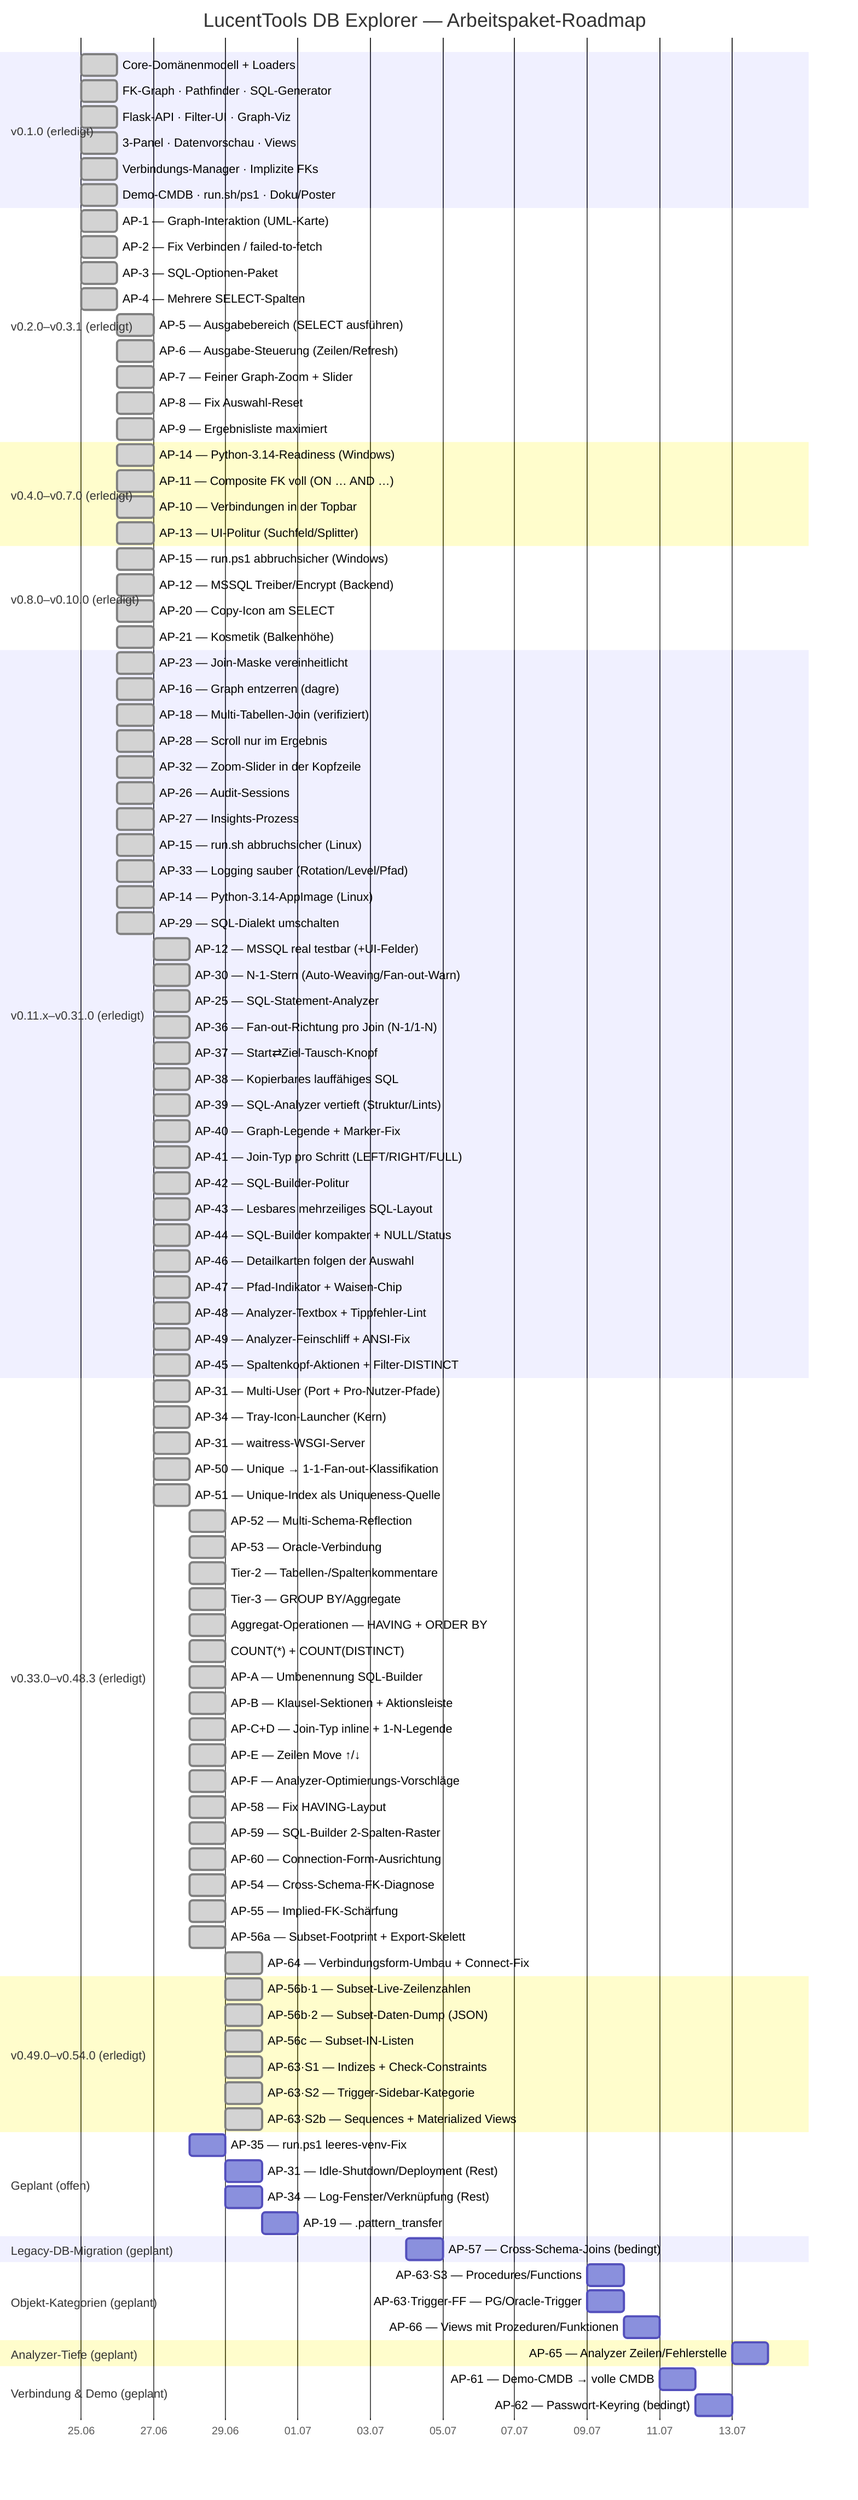
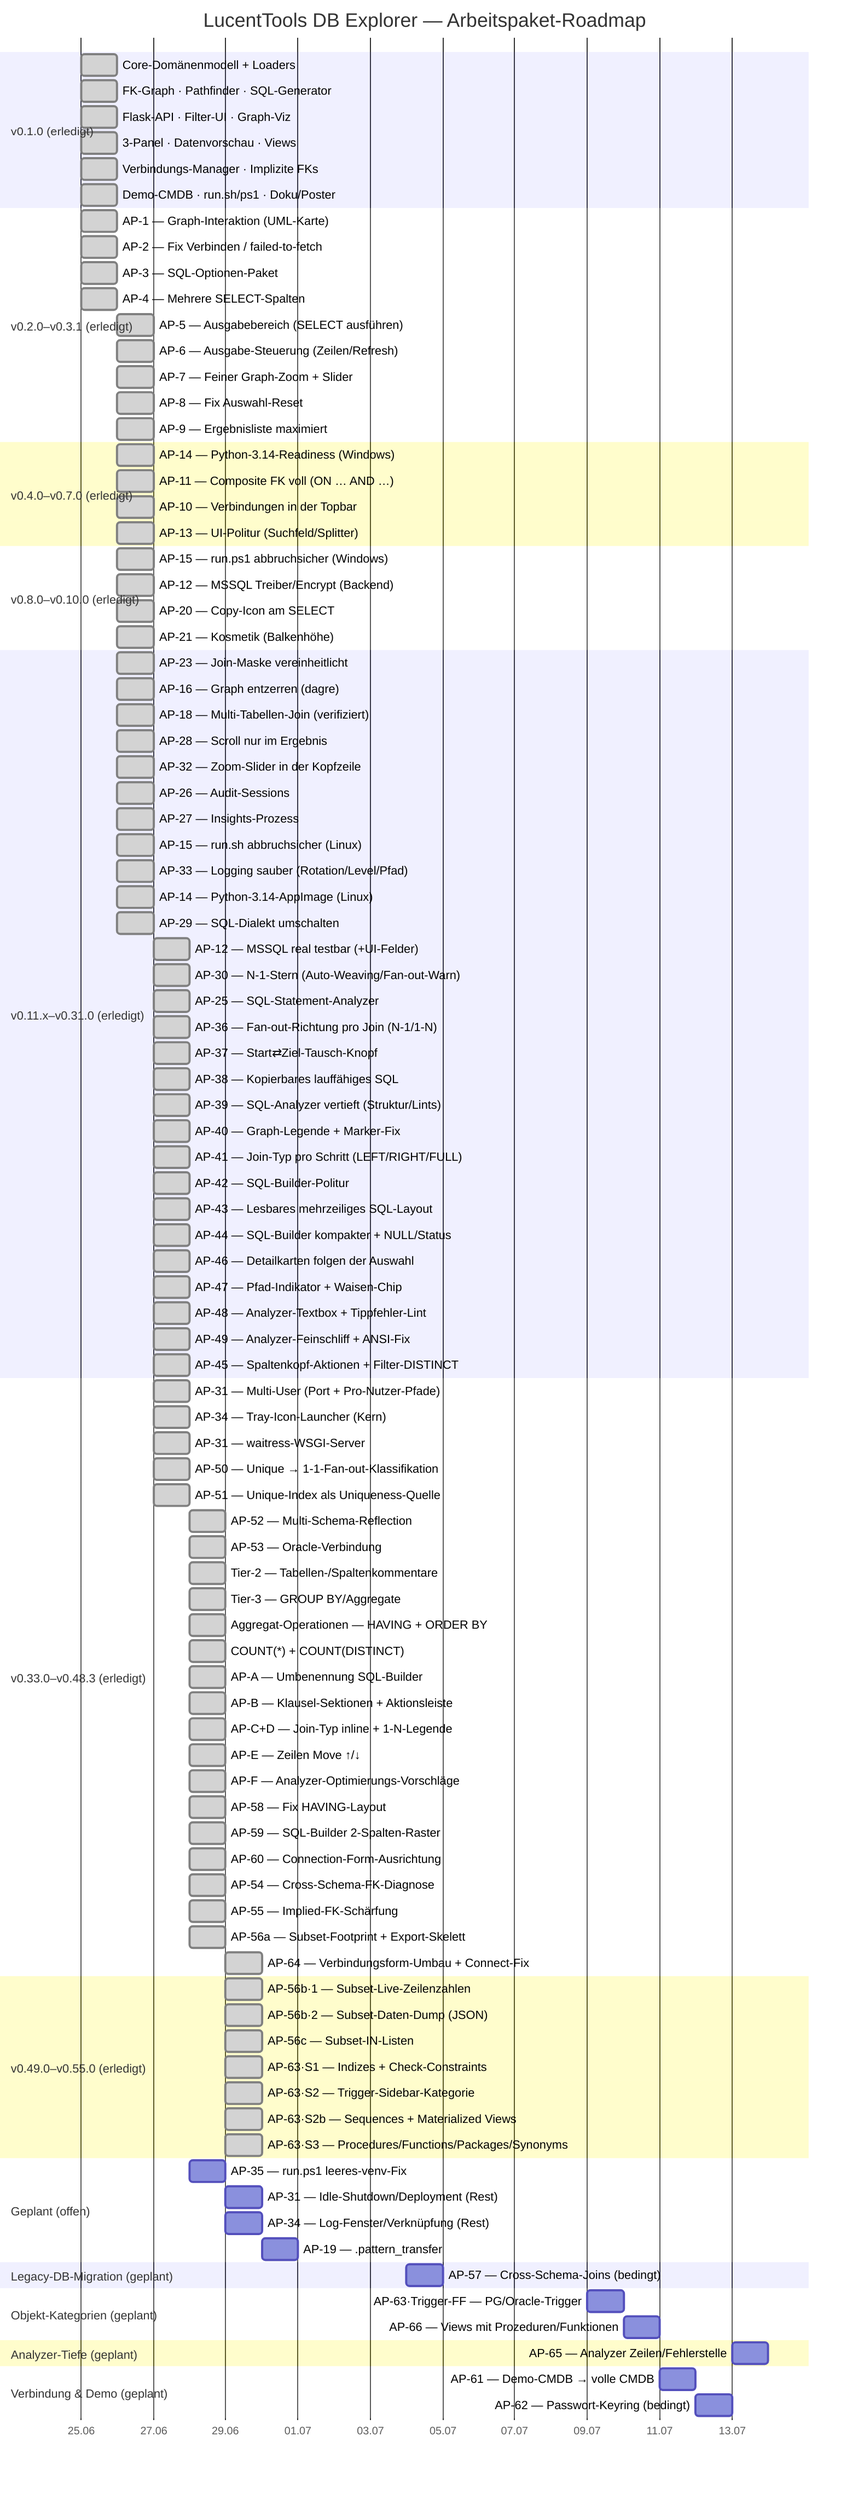
gantt
    title LucentTools DB Explorer — Arbeitspaket-Roadmap
    dateFormat  YYYY-MM-DD
    axisFormat  %d.%m

    section v0.1.0 (erledigt)
    Core-Domänenmodell + Loaders          :done, d1, 2026-06-25, 1d
    FK-Graph · Pathfinder · SQL-Generator :done, d2, 2026-06-25, 1d
    Flask-API · Filter-UI · Graph-Viz     :done, d3, 2026-06-25, 1d
    3-Panel · Datenvorschau · Views       :done, d4, 2026-06-25, 1d
    Verbindungs-Manager · Implizite FKs   :done, d5, 2026-06-25, 1d
    Demo-CMDB · run.sh/ps1 · Doku/Poster  :done, d6, 2026-06-25, 1d

    section v0.2.0–v0.3.1 (erledigt)
    AP-1 — Graph-Interaktion (UML-Karte)        :done, a1, 2026-06-25, 1d
    AP-2 — Fix Verbinden / failed-to-fetch      :done, a2, 2026-06-25, 1d
    AP-3 — SQL-Optionen-Paket                   :done, a3, 2026-06-25, 1d
    AP-4 — Mehrere SELECT-Spalten               :done, a4, 2026-06-25, 1d
    AP-5 — Ausgabebereich (SELECT ausführen)    :done, a5, 2026-06-26, 1d
    AP-6 — Ausgabe-Steuerung (Zeilen/Refresh)   :done, a6, 2026-06-26, 1d
    AP-7 — Feiner Graph-Zoom + Slider           :done, a7, 2026-06-26, 1d
    AP-8 — Fix Auswahl-Reset                    :done, a8, 2026-06-26, 1d
    AP-9 — Ergebnisliste maximiert              :done, a9, 2026-06-26, 1d

    section v0.4.0–v0.7.0 (erledigt)
    AP-14 — Python-3.14-Readiness (Windows)     :done, b1, 2026-06-26, 1d
    AP-11 — Composite FK voll (ON … AND …)      :done, b2, 2026-06-26, 1d
    AP-10 — Verbindungen in der Topbar          :done, b3, 2026-06-26, 1d
    AP-13 — UI-Politur (Suchfeld/Splitter)      :done, b4, 2026-06-26, 1d

    section v0.8.0–v0.10.0 (erledigt)
    AP-15 — run.ps1 abbruchsicher (Windows)     :done, c1, 2026-06-26, 1d
    AP-12 — MSSQL Treiber/Encrypt (Backend)     :done, c2, 2026-06-26, 1d
    AP-20 — Copy-Icon am SELECT                 :done, c3, 2026-06-26, 1d
    AP-21 — Kosmetik (Balkenhöhe)               :done, c4, 2026-06-26, 1d

    section v0.11.x–v0.31.0 (erledigt)
    AP-23 — Join-Maske vereinheitlicht          :done, e1, 2026-06-26, 1d
    AP-16 — Graph entzerren (dagre)             :done, e2, 2026-06-26, 1d
    AP-18 — Multi-Tabellen-Join (verifiziert)   :done, e3, 2026-06-26, 1d
    AP-28 — Scroll nur im Ergebnis              :done, e4, 2026-06-26, 1d
    AP-32 — Zoom-Slider in der Kopfzeile        :done, e5, 2026-06-26, 1d
    AP-26 — Audit-Sessions                      :done, e6, 2026-06-26, 1d
    AP-27 — Insights-Prozess                    :done, e7, 2026-06-26, 1d
    AP-15 — run.sh abbruchsicher (Linux)        :done, e8, 2026-06-26, 1d
    AP-33 — Logging sauber (Rotation/Level/Pfad) :done, e9, 2026-06-26, 1d
    AP-14 — Python-3.14-AppImage (Linux)         :done, e10, 2026-06-26, 1d
    AP-29 — SQL-Dialekt umschalten               :done, e11, 2026-06-26, 1d
    AP-12 — MSSQL real testbar (+UI-Felder)      :done, e12, 2026-06-27, 1d
    AP-30 — N-1-Stern (Auto-Weaving/Fan-out-Warn) :done, e13, 2026-06-27, 1d
    AP-25 — SQL-Statement-Analyzer               :done, e14, 2026-06-27, 1d
    AP-36 — Fan-out-Richtung pro Join (N-1/1-N)  :done, e15, 2026-06-27, 1d
    AP-37 — Start⇄Ziel-Tausch-Knopf              :done, e16, 2026-06-27, 1d
    AP-38 — Kopierbares lauffähiges SQL          :done, e17, 2026-06-27, 1d
    AP-39 — SQL-Analyzer vertieft (Struktur/Lints) :done, e18, 2026-06-27, 1d
    AP-40 — Graph-Legende + Marker-Fix           :done, e19, 2026-06-27, 1d
    AP-41 — Join-Typ pro Schritt (LEFT/RIGHT/FULL) :done, e20, 2026-06-27, 1d
    AP-42 — SQL-Builder-Politur                 :done, e21, 2026-06-27, 1d
    AP-43 — Lesbares mehrzeiliges SQL-Layout      :done, e22, 2026-06-27, 1d
    AP-44 — SQL-Builder kompakter + NULL/Status :done, e23, 2026-06-27, 1d
    AP-46 — Detailkarten folgen der Auswahl       :done, e24, 2026-06-27, 1d
    AP-47 — Pfad-Indikator + Waisen-Chip         :done, e25, 2026-06-27, 1d
    AP-48 — Analyzer-Textbox + Tippfehler-Lint   :done, e26, 2026-06-27, 1d
    AP-49 — Analyzer-Feinschliff + ANSI-Fix       :done, e27, 2026-06-27, 1d
    AP-45 — Spaltenkopf-Aktionen + Filter-DISTINCT :done, e28, 2026-06-27, 1d

    section v0.33.0–v0.48.3 (erledigt)
    AP-31 — Multi-User (Port + Pro-Nutzer-Pfade) :done, f1, 2026-06-27, 1d
    AP-34 — Tray-Icon-Launcher (Kern)            :done, f2, 2026-06-27, 1d
    AP-31 — waitress-WSGI-Server                 :done, f3, 2026-06-27, 1d
    AP-50 — Unique → 1-1-Fan-out-Klassifikation  :done, f4, 2026-06-27, 1d
    AP-51 — Unique-Index als Uniqueness-Quelle   :done, f5, 2026-06-27, 1d
    AP-52 — Multi-Schema-Reflection              :done, f6, 2026-06-28, 1d
    AP-53 — Oracle-Verbindung                    :done, f7, 2026-06-28, 1d
    Tier-2 — Tabellen-/Spaltenkommentare         :done, f8, 2026-06-28, 1d
    Tier-3 — GROUP BY/Aggregate                  :done, f9, 2026-06-28, 1d
    Aggregat-Operationen — HAVING + ORDER BY     :done, f10, 2026-06-28, 1d
    COUNT(*) + COUNT(DISTINCT)                   :done, f11, 2026-06-28, 1d
    AP-A — Umbenennung SQL-Builder               :done, f12, 2026-06-28, 1d
    AP-B — Klausel-Sektionen + Aktionsleiste     :done, f13, 2026-06-28, 1d
    AP-C+D — Join-Typ inline + 1-N-Legende       :done, f14, 2026-06-28, 1d
    AP-E — Zeilen Move ↑/↓                        :done, f15, 2026-06-28, 1d
    AP-F — Analyzer-Optimierungs-Vorschläge      :done, f16, 2026-06-28, 1d
    AP-58 — Fix HAVING-Layout                    :done, f17, 2026-06-28, 1d
    AP-59 — SQL-Builder 2-Spalten-Raster        :done, f18, 2026-06-28, 1d
    AP-60 — Connection-Form-Ausrichtung         :done, f19, 2026-06-28, 1d
    AP-54 — Cross-Schema-FK-Diagnose            :done, f20, 2026-06-28, 1d
    AP-55 — Implied-FK-Schärfung                :done, f21, 2026-06-28, 1d
    AP-56a — Subset-Footprint + Export-Skelett   :done, f22, 2026-06-28, 1d
    AP-64 — Verbindungsform-Umbau + Connect-Fix  :done, f23, 2026-06-29, 1d

-     section v0.49.0–v0.54.0 (erledigt)
+     section v0.49.0–v0.55.0 (erledigt)
    AP-56b·1 — Subset-Live-Zeilenzahlen         :done, f24, 2026-06-29, 1d
    AP-56b·2 — Subset-Daten-Dump (JSON)         :done, f25, 2026-06-29, 1d
    AP-56c — Subset-IN-Listen                   :done, f26, 2026-06-29, 1d
    AP-63·S1 — Indizes + Check-Constraints      :done, f27, 2026-06-29, 1d
    AP-63·S2 — Trigger-Sidebar-Kategorie        :done, f28, 2026-06-29, 1d
    AP-63·S2b — Sequences + Materialized Views  :done, f29, 2026-06-29, 1d
+     AP-63·S3 — Procedures/Functions/Packages/Synonyms :done, f30, 2026-06-29, 1d

    section Geplant (offen)
    AP-35 — run.ps1 leeres-venv-Fix             :p3, 2026-06-28, 1d
    AP-31 — Idle-Shutdown/Deployment (Rest)     :p5, 2026-06-29, 1d
    AP-34 — Log-Fenster/Verknüpfung (Rest)      :p6, 2026-06-29, 1d
    AP-19 — .pattern_transfer                   :p11, 2026-06-30, 1d

    section Legacy-DB-Migration (geplant)
    AP-57 — Cross-Schema-Joins (bedingt)        :p23, 2026-07-04, 1d

    section Objekt-Kategorien (geplant)
-     AP-63·S3 — Procedures/Functions             :p32, 2026-07-09, 1d
    AP-63·Trigger-FF — PG/Oracle-Trigger        :p32b, 2026-07-09, 1d
    AP-66 — Views mit Prozeduren/Funktionen     :p33, 2026-07-10, 1d

    section Analyzer-Tiefe (geplant)
    AP-65 — Analyzer Zeilen/Fehlerstelle        :p35, 2026-07-13, 1d

    section Verbindung & Demo (geplant)
    AP-61 — Demo-CMDB → volle CMDB              :p41, 2026-07-11, 1d
    AP-62 — Passwort-Keyring (bedingt)          :p42, 2026-07-12, 1d
